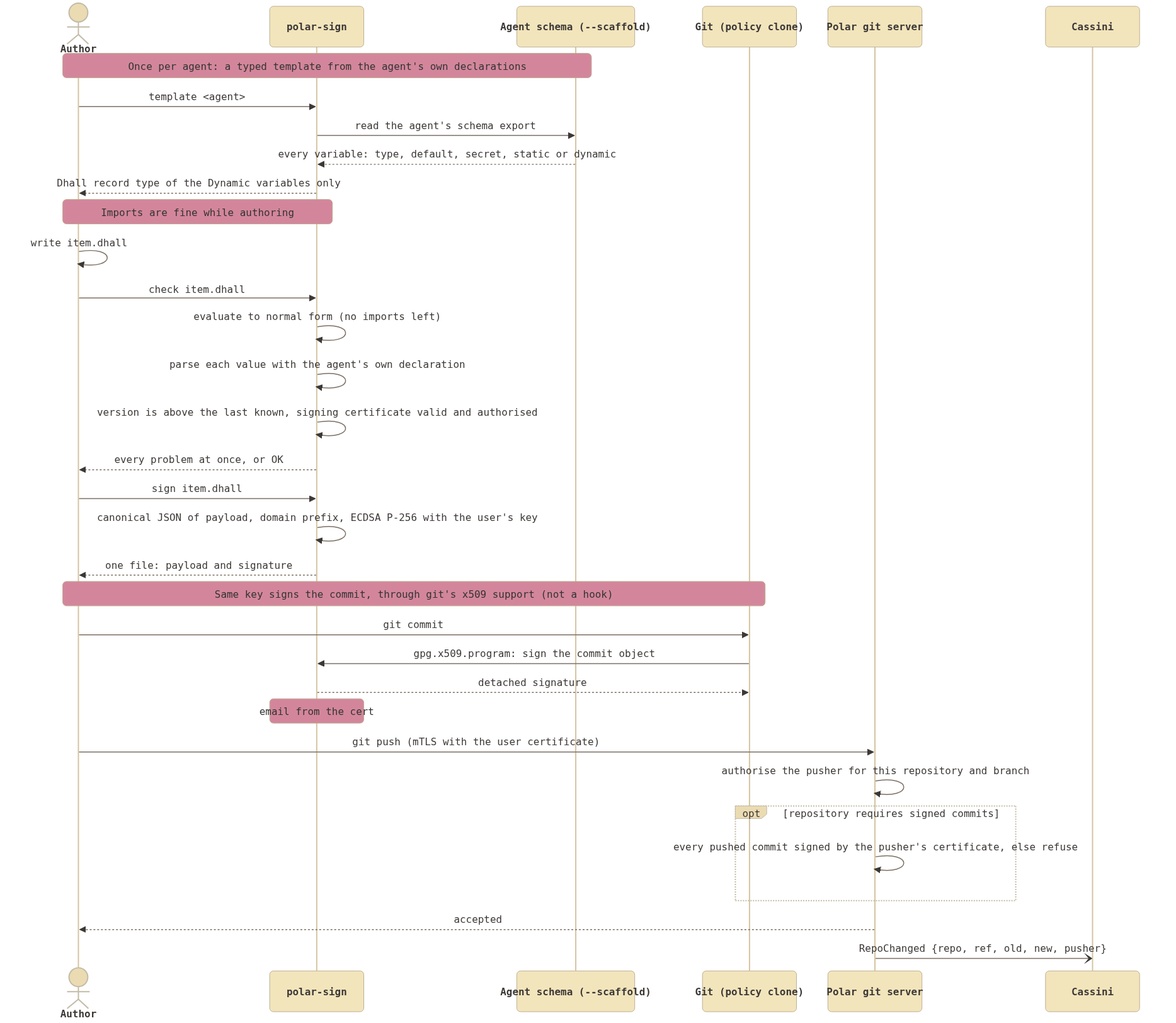
cmu-sei/Polar keeps this Mermaid diagram as docs/architecture/sequences/general/signed_configuration_authoring.png. Above is the earlier version. Its source is kept beside it as docs/architecture/sequences/general/signed_configuration_authoring.mmd.
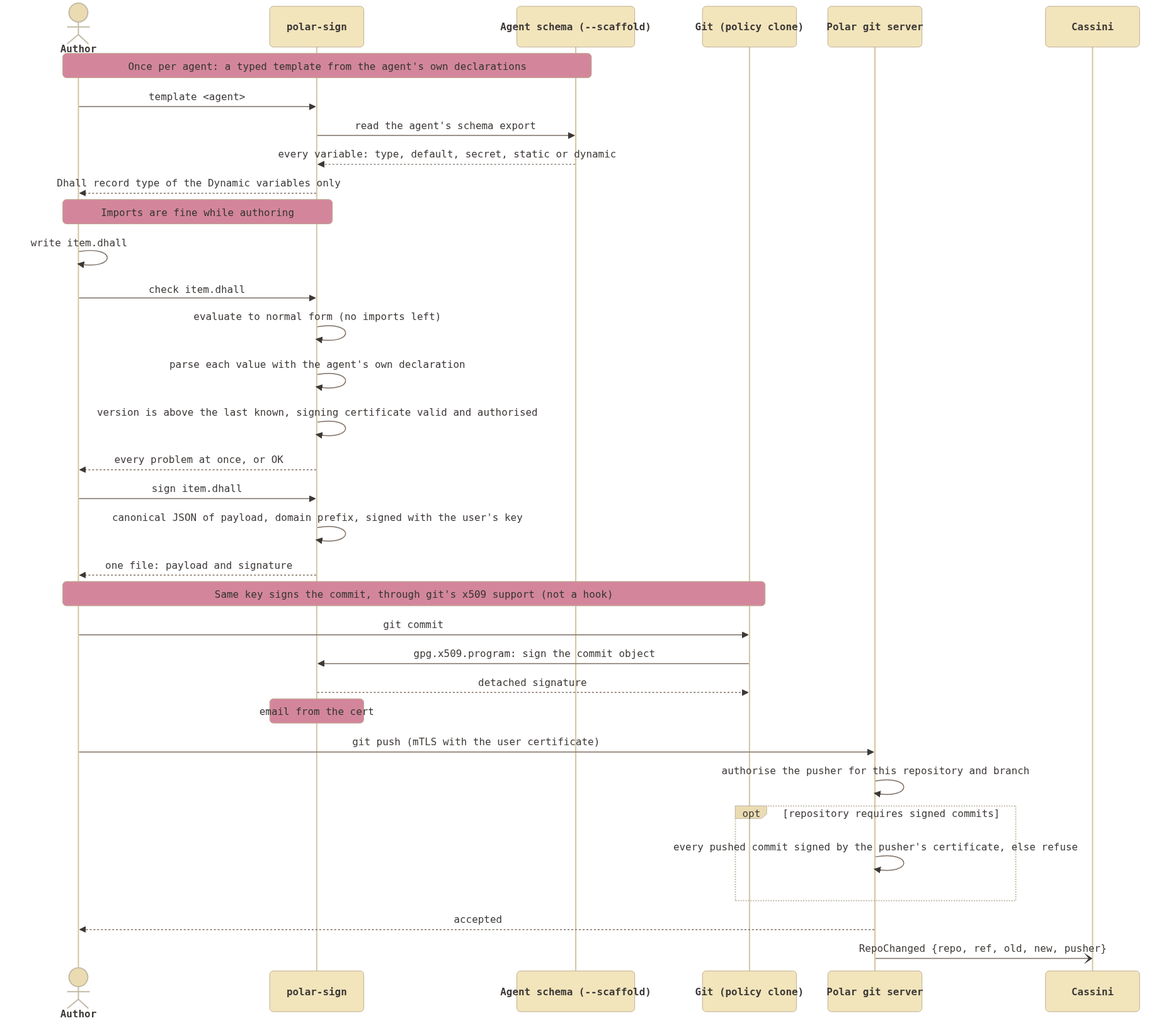
Later version of the same file.

Change to the diagram source:
```diff
@@ -22,7 +22,7 @@
     Sign-->>Author: every problem at once, or OK
 
     Author->>Sign: sign item.dhall
-    Sign->>Sign: canonical JSON of payload, domain prefix, ECDSA P-256 with the user's key
+    Sign->>Sign: canonical JSON of payload, domain prefix, signed with the user's key
     Sign-->>Author: one file: payload and signature
 
     Note over Author,Git: Same key signs the commit, through git's x509 support (not a hook)
```
